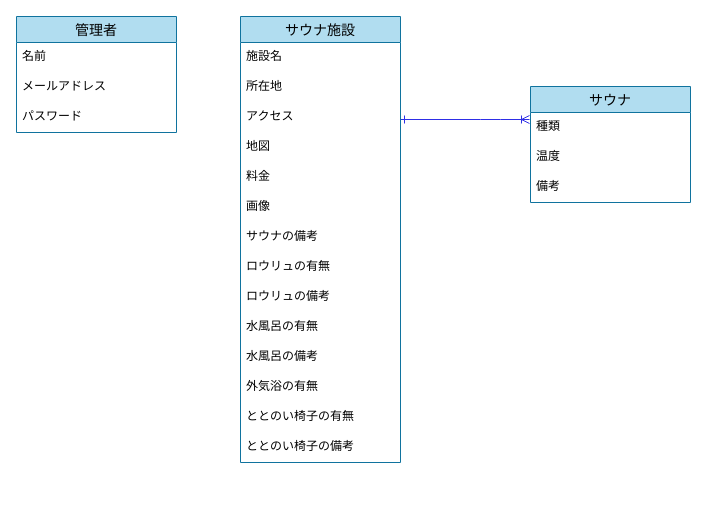
This is er.drawio from natsuko-shibayama/sauna-app, a draw.io file, before an edit. Source tidied: cells renumbered, new cells numbered last; positions are measured from the earlier drawing's top-left corner, leaving out a move shared by most shapes. Both pictures are drawn from the tidied source at 100%, with x=0, y=0 at pixel (16, 16).
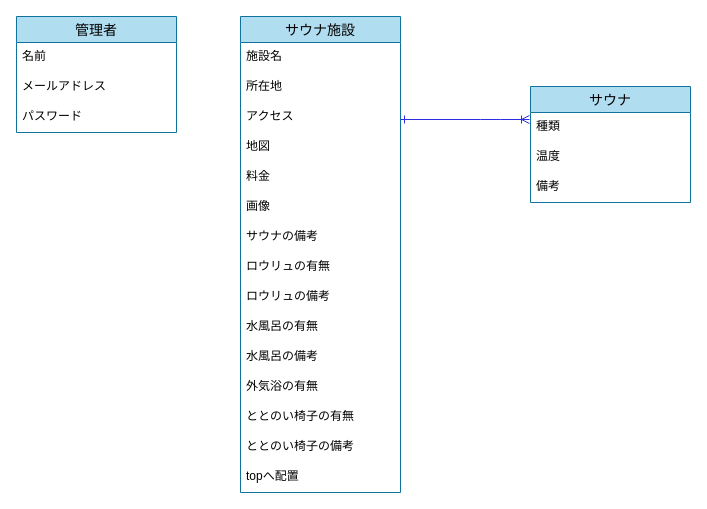
After the change.

Diff of the diagram source:
```diff
@@
     <mxCell id="7" value="サウナ施設" style="swimlane;fontStyle=0;horizontal=1;startSize=26;align=center;fontSize=14;fillColor=#b1ddf0;strokeColor=#10739e;swimlaneFillColor=#ffffff;fontColor=#000000;" parent="1" vertex="1">
-      <mxGeometry x="224" width="160" height="446" as="geometry" />
+      <mxGeometry x="224" width="160" height="476" as="geometry" />
     </mxCell>
@@
+    <mxCell id="26" value="topへ配置" style="text;strokeColor=none;fillColor=none;spacingLeft=4;spacingRight=4;overflow=hidden;fontSize=12;fontColor=#000000;" parent="7" vertex="1">
+      <mxGeometry y="446" width="160" height="30" as="geometry" />
+    </mxCell>
```
